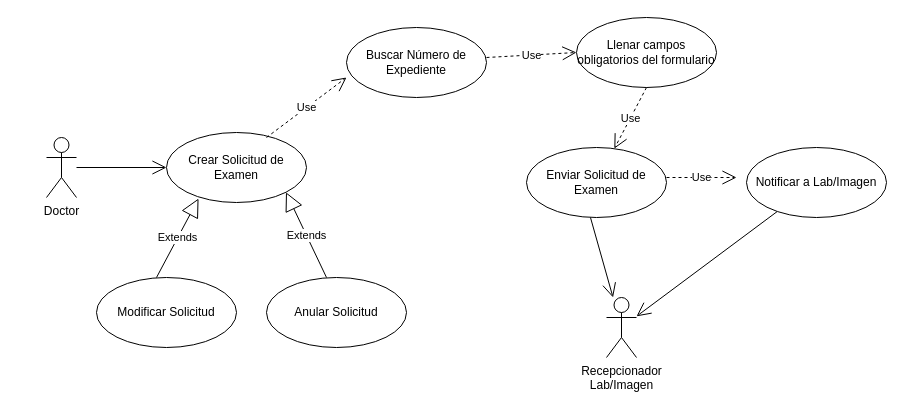
The draw.io diagram page "CU Doctor" (9 of 14) of Diagramas de los Módulos.drawio in marguello86/Equipo1_MINSA, before the edit. Source tidied: cells renumbered, new cells numbered last; positions are measured from the earlier drawing's top-left corner, leaving out a move shared by most shapes. Both pictures are drawn from the tidied source at 100%, with x=0, y=0 at pixel (46, 17).
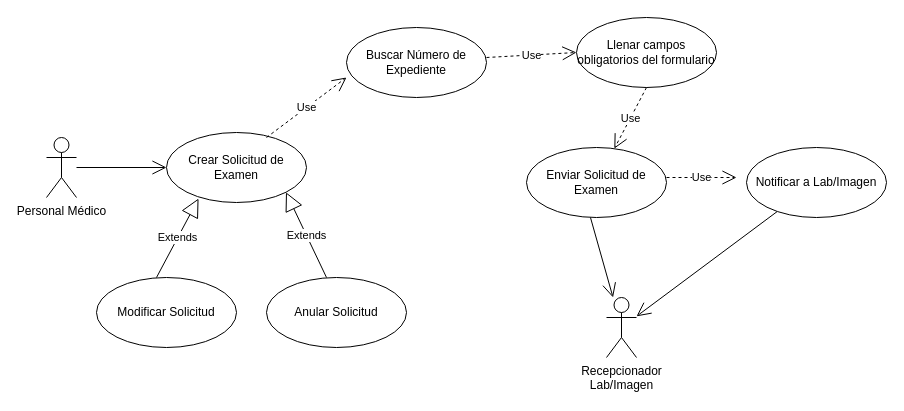
Above is the later version.

Commit message (it also covers changes not shown here):
cambie al actor doctor por personal medico y agregue otro caso de uso para el buzon de consulta de solicitudes

What changed in the source:
```diff
@@
-    <mxCell id="2" value="Doctor" style="shape=umlActor;verticalLabelPosition=bottom;verticalAlign=top;html=1;" parent="1" vertex="1">
+    <mxCell id="2" value="Personal Médico" style="shape=umlActor;verticalLabelPosition=bottom;verticalAlign=top;html=1;" parent="1" vertex="1">
       <mxGeometry y="120" width="30" height="60" as="geometry" />
     </mxCell>
```
